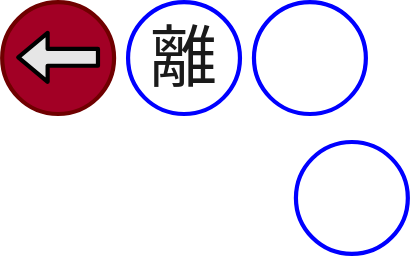
The draw.io diagram StreetFighter6/images/mr4__.svg in yamasdais/notebook, before a commit. Source tidied: cells renumbered, new cells last; positions are measured from the earlier drawing's top-left corner, leaving out a move shared by most shapes. The source it was exported from:
```xml
<mxGraphModel>
  <root>
    <mxCell id="0" />
    <mxCell id="1" parent="0" />
    <mxCell id="2" style="group;" parent="1" vertex="1">
      <mxGeometry width="80" height="80" as="geometry" />
    </mxCell>
    <mxCell id="3" style="ellipse;whiteSpace=wrap;html=1;strokeWidth=3;fillColor=#a20025;fontColor=#ffffff;strokeColor=#6F0000;" parent="2" vertex="1">
      <mxGeometry width="80" height="80" as="geometry" />
    </mxCell>
    <mxCell id="4" style="shape=flexArrow;endArrow=classic;html=1;strokeWidth=3;strokeColor=default;fillColor=#E6E6E6;" parent="2" edge="1">
      <mxGeometry relative="1" as="geometry">
        <mxPoint x="70" y="39.5" as="sourcePoint" />
        <mxPoint x="10" y="39.5" as="targetPoint" />
      </mxGeometry>
    </mxCell>
    <mxCell id="5" style="group;rotation=-180;" parent="1" vertex="1">
      <mxGeometry x="180" width="80" height="80" as="geometry" />
    </mxCell>
    <mxCell id="6" style="ellipse;whiteSpace=wrap;html=1;strokeWidth=3;fillColor=none;strokeColor=#0000FF;" parent="5" vertex="1">
      <mxGeometry width="80" height="80" as="geometry" />
    </mxCell>
    <mxCell id="7" style="group;rotation=-180;" parent="1" vertex="1">
      <mxGeometry x="210" y="100" width="80" height="80" as="geometry" />
    </mxCell>
    <mxCell id="8" style="ellipse;whiteSpace=wrap;html=1;strokeWidth=3;fillColor=none;strokeColor=#0000FF;" parent="7" vertex="1">
      <mxGeometry width="80" height="80" as="geometry" />
    </mxCell>
    <mxCell id="9" style="group;fillColor=none;" parent="1" vertex="1">
      <mxGeometry x="90" width="80" height="80" as="geometry" />
    </mxCell>
    <mxCell id="10" style="ellipse;whiteSpace=wrap;html=1;strokeWidth=3;fillColor=none;strokeColor=#0000FF;" parent="9" vertex="1">
      <mxGeometry width="80" height="80" as="geometry" />
    </mxCell>
    <mxCell id="11" value="&lt;font face=&quot;Verdana&quot; style=&quot;font-size: 48px;&quot;&gt;離&lt;br style=&quot;font-size: 48px;&quot;&gt;&lt;/font&gt;" style="text;strokeColor=none;align=center;fillColor=none;html=1;verticalAlign=middle;whiteSpace=wrap;rounded=0;fontSize=48;labelBorderColor=none;fontColor=#1A1A1A;labelBackgroundColor=none;" parent="9" vertex="1">
      <mxGeometry y="15" width="80" height="50" as="geometry" />
    </mxCell>
  </root>
</mxGraphModel>
```
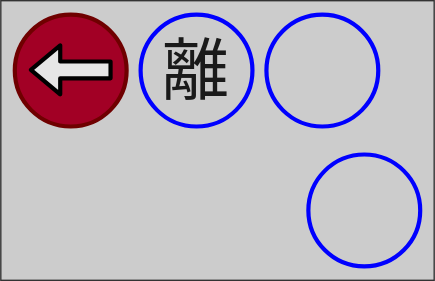
After the commit.

Change to the diagram source:
```diff
@@ -2,6 +2,9 @@
   <root>
     <mxCell id="0" />
     <mxCell id="1" parent="0" />
+    <mxCell id="12" style="rounded=0;whiteSpace=wrap;html=1;fillColor=#CCCCCC;strokeColor=#333333;" parent="1" vertex="1">
+      <mxGeometry x="-10" y="-10" width="310" height="200" as="geometry" />
+    </mxCell>
     <mxCell id="2" style="group;" parent="1" vertex="1">
       <mxGeometry width="80" height="80" as="geometry" />
     </mxCell>
```
